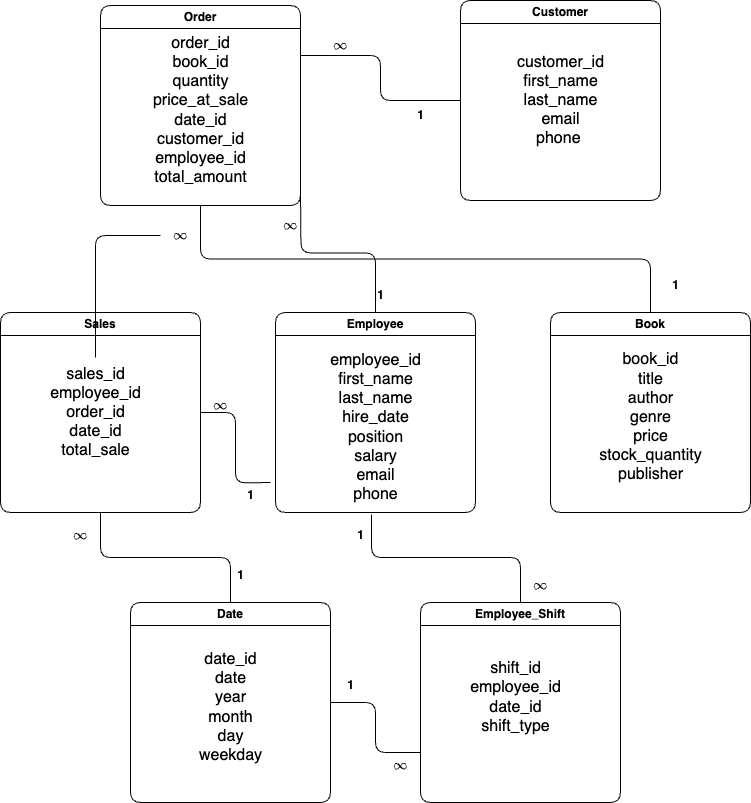
Before: 02_activities/assignments/Assignment_SQL_Q1&2.drawio.png, a diagram exported from draw.io (Grace-talent/sql). Source tidied: cells renumbered, new cells last; positions are measured from the earlier drawing's top-left corner, leaving out a move shared by most shapes.
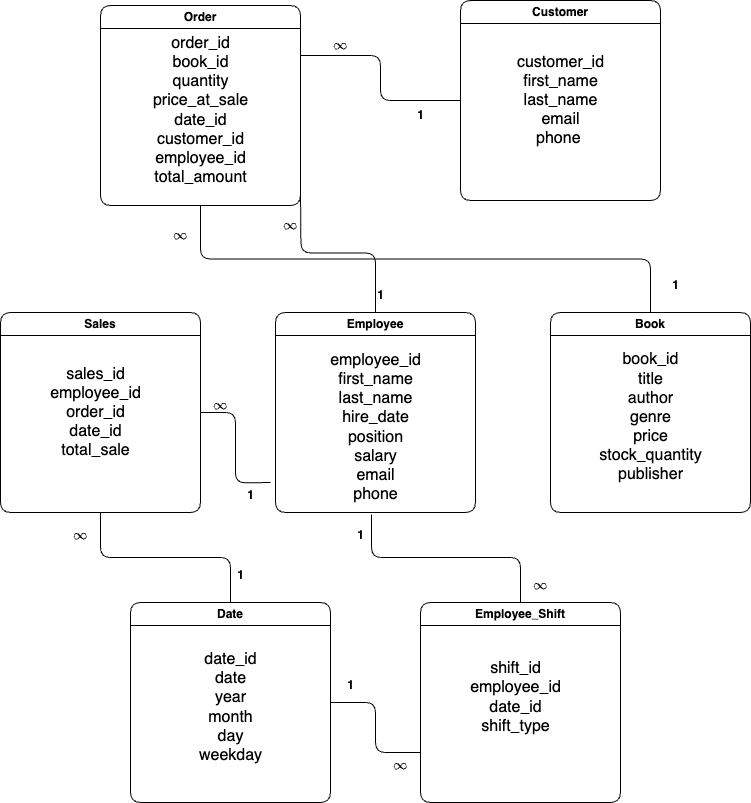
Later version of the same file.

Change to the diagram source:
```diff
@@ -96,9 +96,6 @@
     <mxCell id="31" value="`oo`" style="text;html=1;align=center;verticalAlign=middle;strokeColor=none;fillColor=none;fontFamily=Helvetica;fontSize=12;fontColor=default;fontStyle=1;" parent="1" vertex="1">
       <mxGeometry x="60" y="520" width="40" height="30" as="geometry" />
     </mxCell>
-    <mxCell id="32" style="edgeStyle=orthogonalEdgeStyle;shape=connector;curved=0;rounded=1;jumpSize=0;jettySize=auto;html=1;strokeColor=default;strokeWidth=1;align=center;verticalAlign=middle;fontFamily=Helvetica;fontSize=12;fontColor=default;fontStyle=1;labelBackgroundColor=default;startArrow=none;startFill=0;startSize=0;endArrow=none;endFill=0;endSize=0;" parent="1" edge="1" source="33" target="16">
-      <mxGeometry relative="1" as="geometry" />
-    </mxCell>
     <mxCell id="33" value="`oo`" style="text;html=1;align=center;verticalAlign=middle;points=[];strokeColor=none;fillColor=none;fontFamily=Helvetica;fontSize=12;fontColor=default;fontStyle=1;" parent="1" vertex="1">
       <mxGeometry x="160" y="220" width="40" height="30" as="geometry" />
     </mxCell>
```
